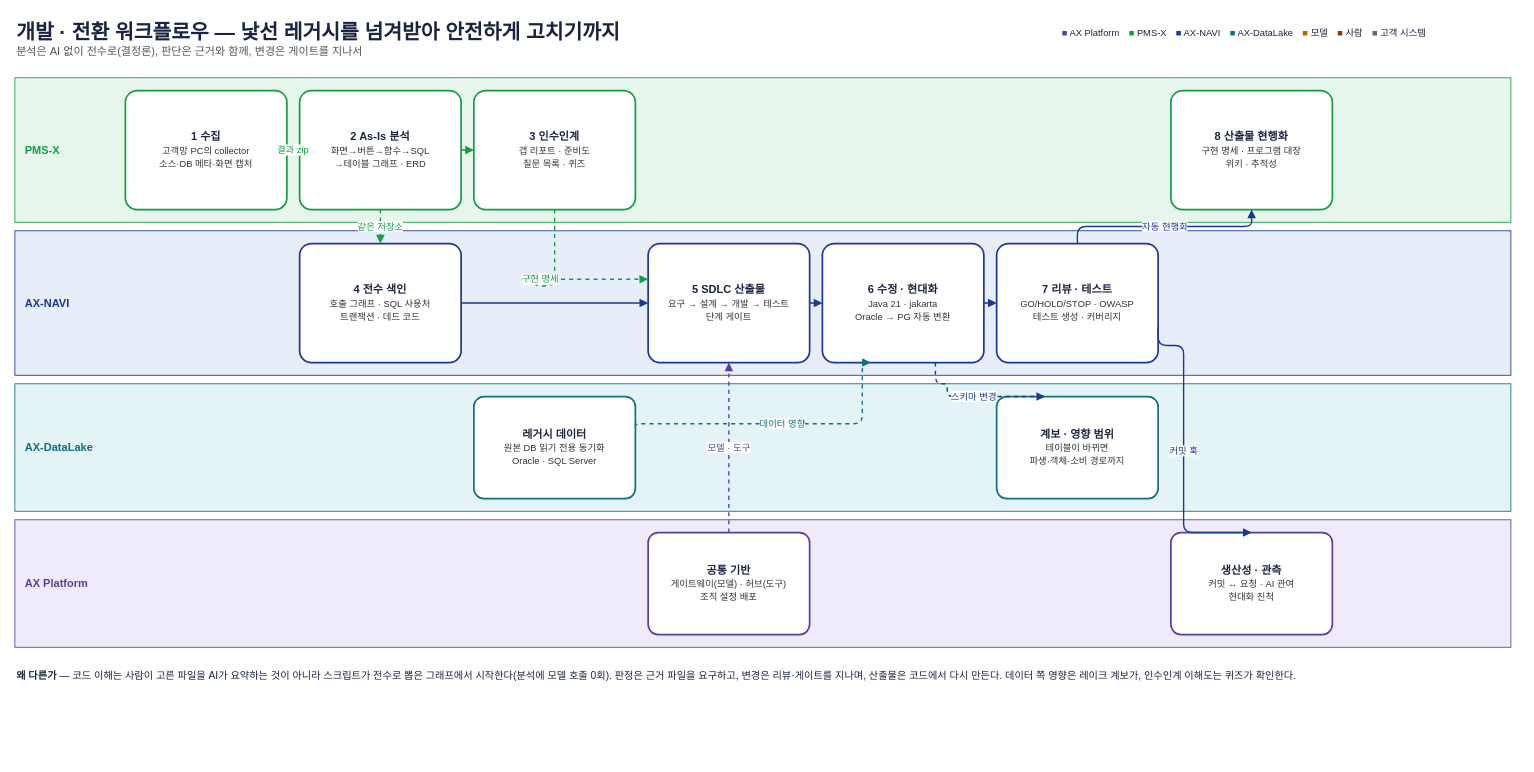
Above: page "3. 개발 · 전환 워크플로우 — 레거시 인수부터 변경 반영까지" (3 of 4) of download/hnix-ax-ecosystem.drawio in Malburi/hnix-ax-site (draw.io), before the change. Source tidied: cells renumbered, new cells numbered last; positions are measured from the earlier drawing's top-left corner, leaving out a move shared by most shapes. Both pictures are drawn from the tidied source at 85%, with x=0, y=0 at pixel (14, 14).
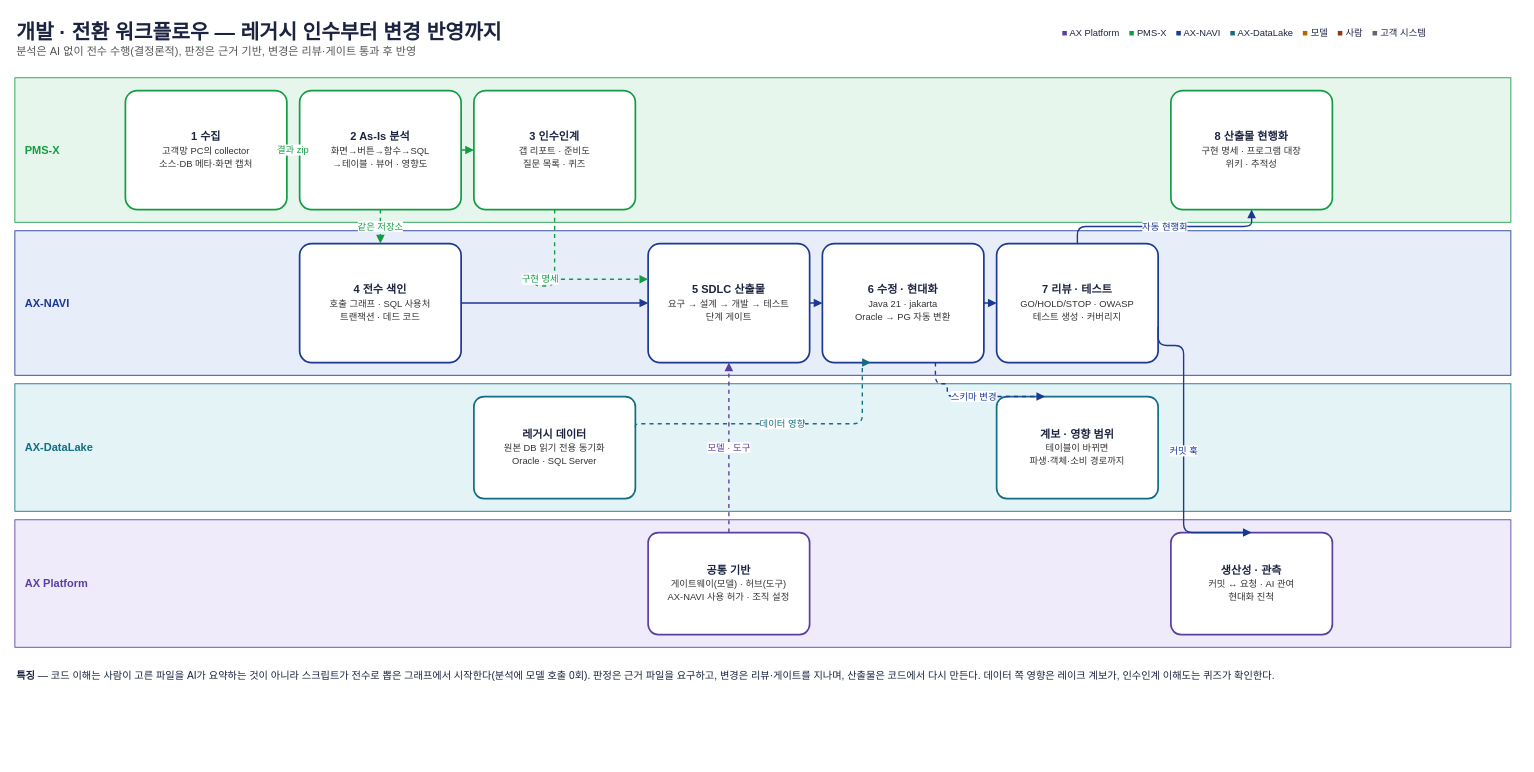
The same diagram, later.

Change to the diagram source:
```diff
@@
-    <mxCell id="2" value="&lt;b style='font-size:24px'&gt;개발 · 전환 워크플로우 — 낯선 레거시를 넘겨받아 안전하게 고치기까지&lt;/b&gt;&lt;br&gt;&lt;font color='#555555'&gt;분석은 AI 없이 전수로(결정론), 판단은 근거와 함께, 변경은 게이트를 지나서&lt;/font&gt;" style="text;html=1;whiteSpace=wrap;align=left;verticalAlign=top;fontSize=13;fontColor=#1B2340;" parent="1" vertex="1">
+    <mxCell id="2" value="&lt;b style='font-size:24px'&gt;개발 · 전환 워크플로우 — 레거시 인수부터 변경 반영까지&lt;/b&gt;&lt;br&gt;&lt;font color='#555555'&gt;분석은 AI 없이 전수 수행(결정론적), 판정은 근거 기반, 변경은 리뷰·게이트 통과 후 반영&lt;/font&gt;" style="text;html=1;whiteSpace=wrap;align=left;verticalAlign=top;fontSize=13;fontColor=#1B2340;" parent="1" vertex="1">
       <mxGeometry width="1500" height="50" as="geometry" />
     </mxCell>
@@
-    <mxCell id="9" value="&lt;b&gt;2 As-Is 분석&lt;/b&gt;&lt;br&gt;&lt;font style='font-size:11px' color='#333333'&gt;화면→버튼→함수→SQL&lt;/font&gt;&lt;br&gt;&lt;font style='font-size:11px' color='#333333'&gt;→테이블 그래프 · ERD&lt;/font&gt;" style="rounded=1;arcSize=10;strokeWidth=2;whiteSpace=wrap;html=1;strokeColor=#139D43;fillColor=#FFFFFF;fontSize=13;fontColor=#1B2340;" parent="1" vertex="1">
+    <mxCell id="9" value="&lt;b&gt;2 As-Is 분석&lt;/b&gt;&lt;br&gt;&lt;font style='font-size:11px' color='#333333'&gt;화면→버튼→함수→SQL&lt;/font&gt;&lt;br&gt;&lt;font style='font-size:11px' color='#333333'&gt;→테이블 · 뷰어 · 영향도&lt;/font&gt;" style="rounded=1;arcSize=10;strokeWidth=2;whiteSpace=wrap;html=1;strokeColor=#139D43;fillColor=#FFFFFF;fontSize=13;fontColor=#1B2340;" parent="1" vertex="1">
       <mxGeometry x="335" y="89" width="190" height="140" as="geometry" />
     </mxCell>
@@
-    <mxCell id="18" value="&lt;b&gt;공통 기반&lt;/b&gt;&lt;br&gt;&lt;font style='font-size:11px' color='#333333'&gt;게이트웨이(모델) · 허브(도구)&lt;/font&gt;&lt;br&gt;&lt;font style='font-size:11px' color='#333333'&gt;조직 설정 배포&lt;/font&gt;" style="rounded=1;arcSize=10;strokeWidth=2;whiteSpace=wrap;html=1;strokeColor=#5B3FA0;fillColor=#FFFFFF;fontSize=13;fontColor=#1B2340;" parent="1" vertex="1">
+    <mxCell id="18" value="&lt;b&gt;공통 기반&lt;/b&gt;&lt;br&gt;&lt;font style='font-size:11px' color='#333333'&gt;게이트웨이(모델) · 허브(도구)&lt;/font&gt;&lt;br&gt;&lt;font style='font-size:11px' color='#333333'&gt;AX-NAVI 사용 허가 · 조직 설정&lt;/font&gt;" style="rounded=1;arcSize=10;strokeWidth=2;whiteSpace=wrap;html=1;strokeColor=#5B3FA0;fillColor=#FFFFFF;fontSize=13;fontColor=#1B2340;" parent="1" vertex="1">
       <mxGeometry x="745" y="609" width="190" height="120" as="geometry" />
     </mxCell>
@@
-    <mxCell id="32" value="&lt;b&gt;왜 다른가&lt;/b&gt; — 코드 이해는 사람이 고른 파일을 AI가 요약하는 것이 아니라 스크립트가 전수로 뽑은 그래프에서 시작한다(분석에 모델 호출 0회). 판정은 근거 파일을 요구하고, 변경은 리뷰·게이트를 지나며, 산출물은 코드에서 다시 만든다. 데이터 쪽 영향은 레이크 계보가, 인수인계 이해도는 퀴즈가 확인한다." style="text;html=1;whiteSpace=wrap;align=left;verticalAlign=top;fontSize=12;fontColor=#1B2340;" parent="1" vertex="1">
+    <mxCell id="32" value="&lt;b&gt;특징&lt;/b&gt; — 코드 이해는 사람이 고른 파일을 AI가 요약하는 것이 아니라 스크립트가 전수로 뽑은 그래프에서 시작한다(분석에 모델 호출 0회). 판정은 근거 파일을 요구하고, 변경은 리뷰·게이트를 지나며, 산출물은 코드에서 다시 만든다. 데이터 쪽 영향은 레이크 계보가, 인수인계 이해도는 퀴즈가 확인한다." style="text;html=1;whiteSpace=wrap;align=left;verticalAlign=top;fontSize=12;fontColor=#1B2340;" parent="1" vertex="1">
       <mxGeometry y="764" width="1760" height="110" as="geometry" />
     </mxCell>
```
